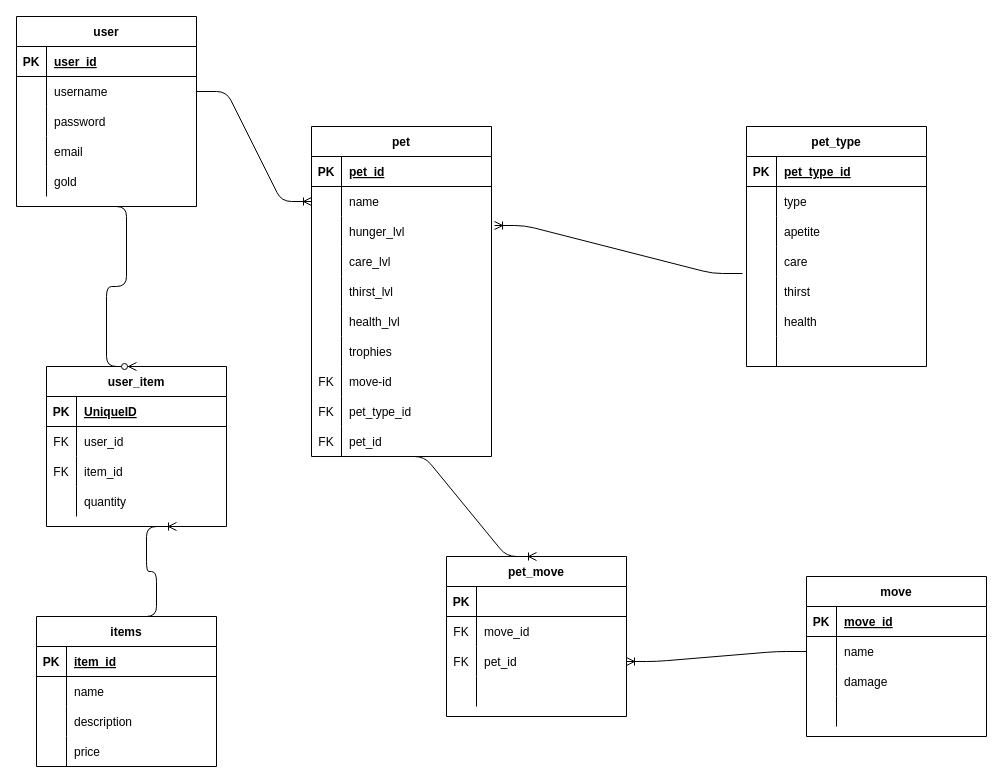
Above: plan/schema-planning.drawio in chinnep/DigiPets (draw.io), before the change. Source tidied: cells renumbered, new cells numbered last; positions are measured from the earlier drawing's top-left corner, leaving out a move shared by most shapes. Both pictures are drawn from the tidied source at 100%, with x=0, y=0 at pixel (16, 16).
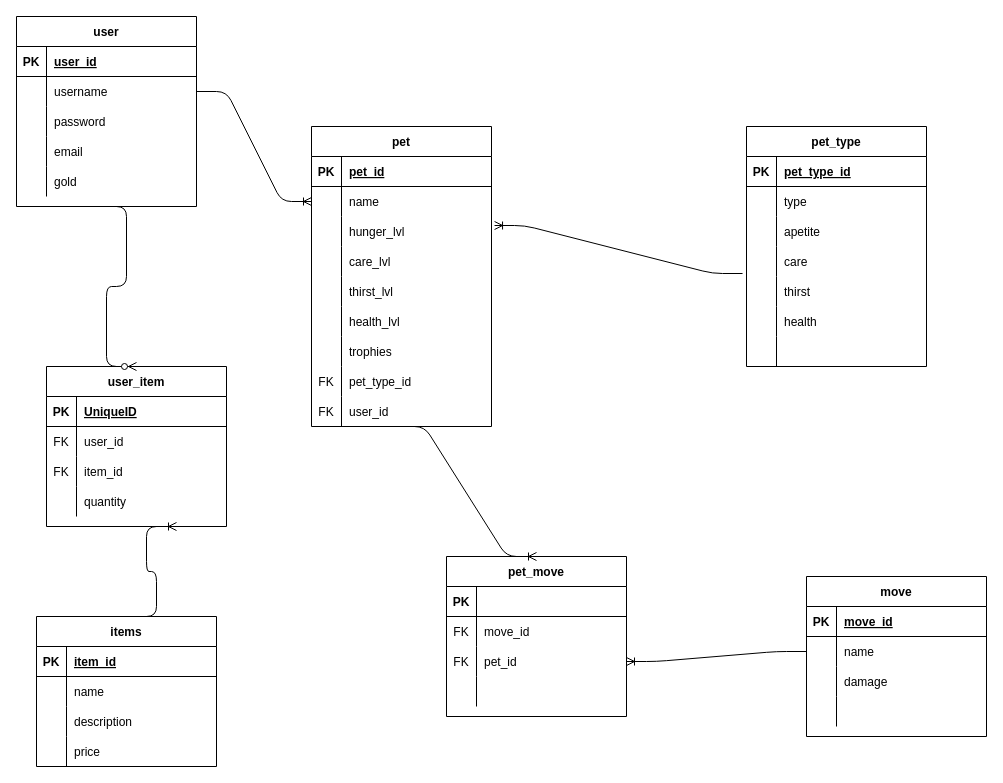
After the change.

Change to the diagram source:
```diff
@@
     <mxCell id="2" value="pet" style="shape=table;startSize=30;childLayout=tableLayout;rowLines=0;fontStyle=1;align=center;" parent="1" vertex="1">
-      <mxGeometry x="295" y="110" width="180" height="330" as="geometry" />
+      <mxGeometry x="295" y="110" width="180" height="300" as="geometry" />
     </mxCell>
@@
-    <mxCell id="24" style="shape=partialRectangle;fillColor=none;top=0;left=0;bottom=0;right=0;" parent="2" vertex="1">
-      <mxGeometry y="240" width="180" height="30" as="geometry" />
-    </mxCell>
-    <mxCell id="25" value="FK" style="shape=partialRectangle;fillColor=none;top=0;left=0;bottom=0;right=0;overflow=hidden;" parent="24" vertex="1">
-      <mxGeometry width="30" height="30" as="geometry" />
-    </mxCell>
-    <mxCell id="26" value="move-id" style="shape=partialRectangle;fillColor=none;top=0;left=0;bottom=0;right=0;align=left;spacingLeft=6;overflow=hidden;" parent="24" vertex="1">
-      <mxGeometry x="30" width="150" height="30" as="geometry" />
-    </mxCell>
     <mxCell id="27" style="shape=partialRectangle;fillColor=none;top=0;left=0;bottom=0;right=0;" parent="2" vertex="1">
-      <mxGeometry y="270" width="180" height="30" as="geometry" />
+      <mxGeometry y="240" width="180" height="30" as="geometry" />
     </mxCell>
@@
     <mxCell id="30" style="shape=partialRectangle;fillColor=none;top=0;left=0;bottom=0;right=0;points=[[0,0.5],[1,0.5]];portConstraint=eastwest;" parent="2" vertex="1">
-      <mxGeometry y="300" width="180" height="30" as="geometry" />
+      <mxGeometry y="270" width="180" height="30" as="geometry" />
     </mxCell>
@@
-    <mxCell id="32" value="pet_id" style="shape=partialRectangle;fillColor=none;top=0;left=0;bottom=0;right=0;align=left;spacingLeft=6;overflow=hidden;" parent="30" vertex="1">
+    <mxCell id="32" value="user_id" style="shape=partialRectangle;fillColor=none;top=0;left=0;bottom=0;right=0;align=left;spacingLeft=6;overflow=hidden;" parent="30" vertex="1">
       <mxGeometry x="30" width="150" height="30" as="geometry" />
     </mxCell>
```
